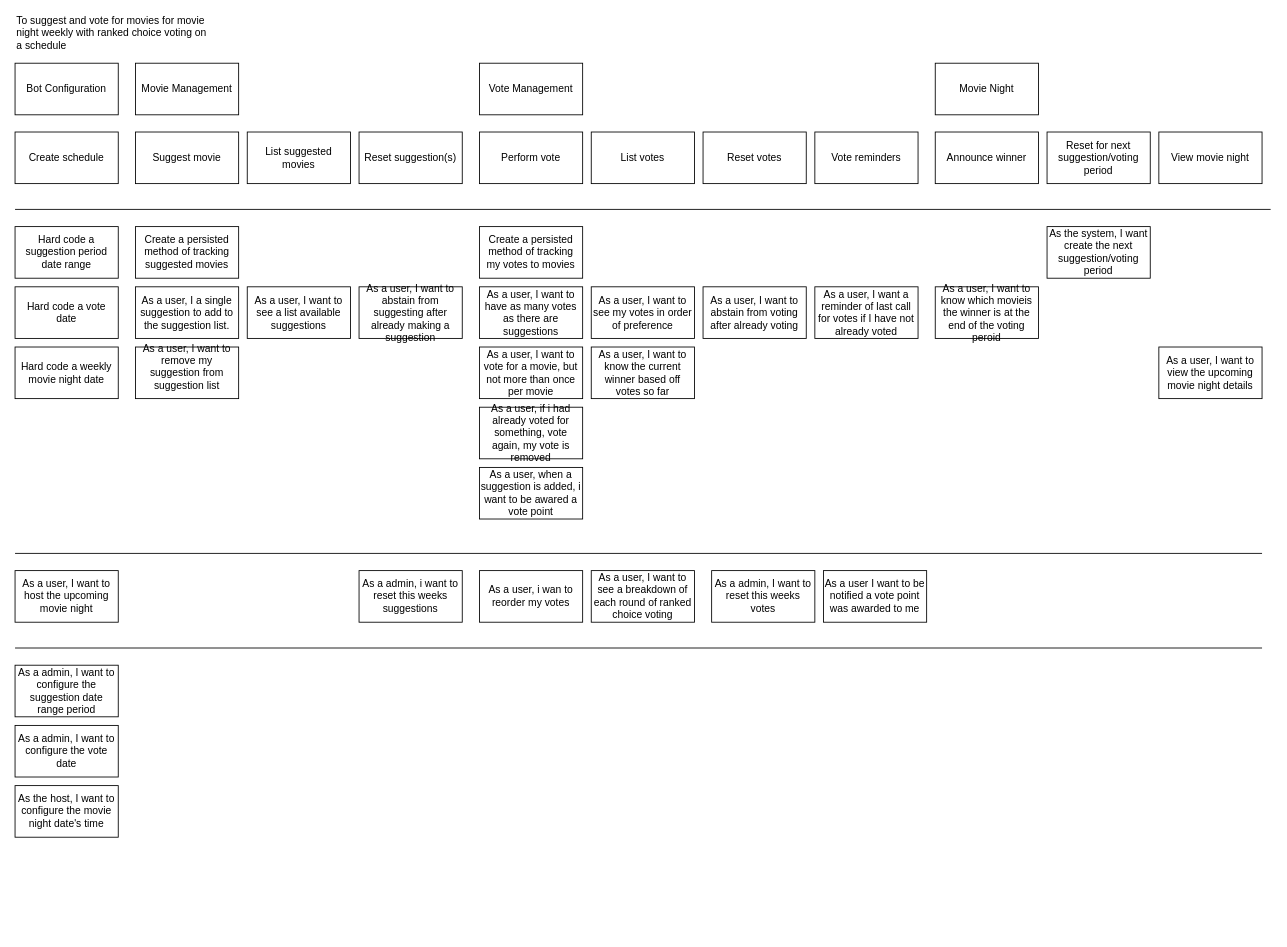
fredlawl/200-colony-movie-night-bot keeps this draw.io diagram as docs/Movie voter discord bot.drawio. Above is the earlier version. Source tidied: cells renumbered, new cells numbered last; positions are measured from the earlier drawing's top-left corner, leaving out a move shared by most shapes. Both pictures are drawn from the tidied source at 86%, with x=0, y=0 at pixel (15, 20).
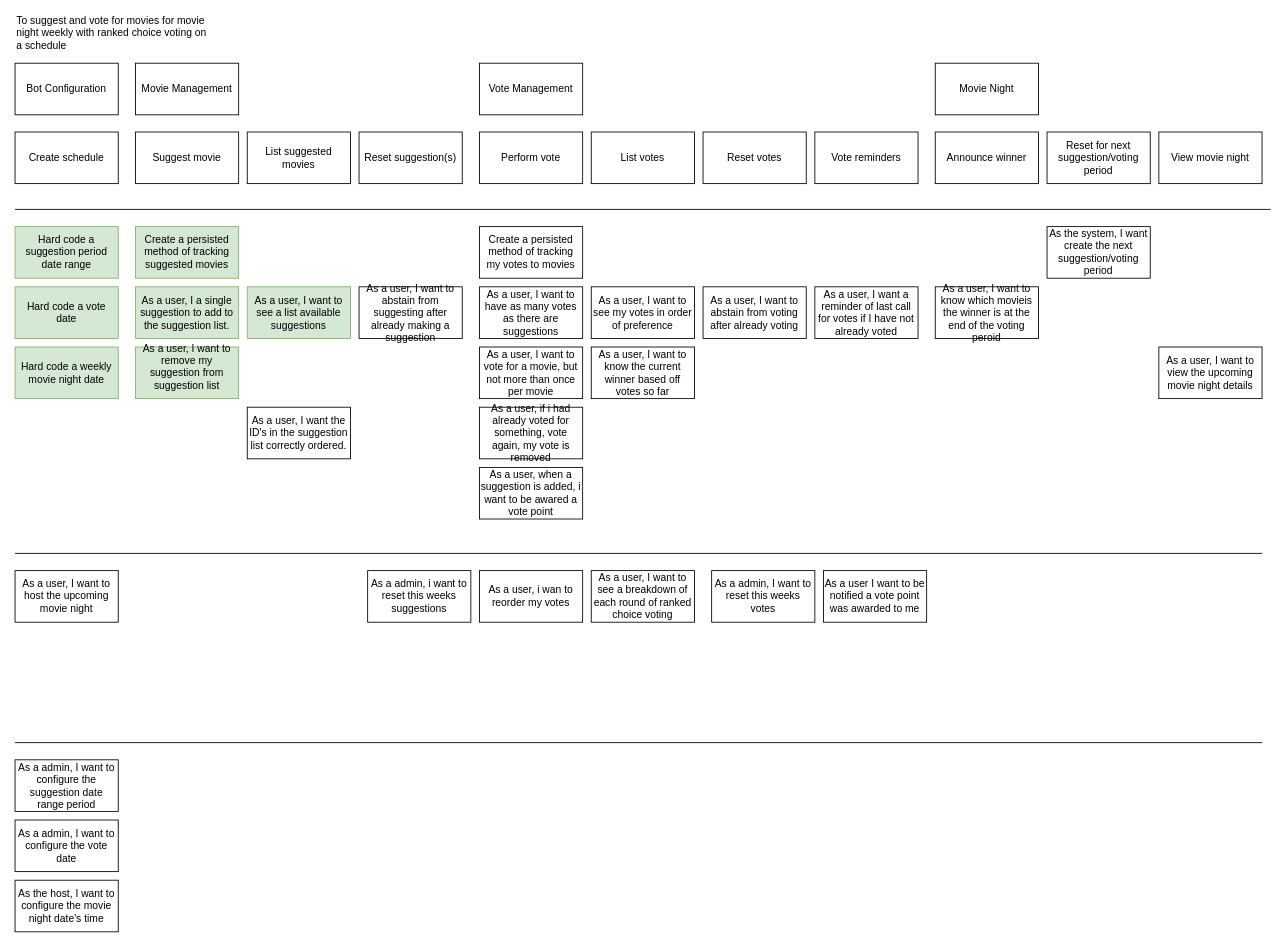
The same diagram, later.

Commit message:
Update story map to reflect completed tasks

Update story map to reflect completed tasks.

Change to the diagram source:
```diff
@@
-    <mxCell id="18" value="Hard code a weekly movie night date" style="whiteSpace=wrap;html=1;" parent="1" vertex="1">
+    <mxCell id="18" value="Hard code a weekly movie night date" style="whiteSpace=wrap;html=1;fillColor=#d5e8d4;strokeColor=#82b366;" parent="1" vertex="1">
       <mxGeometry y="380" width="120" height="60" as="geometry" />
     </mxCell>
-    <mxCell id="19" value="Hard code a suggestion period date range" style="whiteSpace=wrap;html=1;" parent="1" vertex="1">
+    <mxCell id="19" value="Hard code a suggestion period date range" style="whiteSpace=wrap;html=1;fillColor=#d5e8d4;strokeColor=#82b366;" parent="1" vertex="1">
       <mxGeometry y="240" width="120" height="60" as="geometry" />
     </mxCell>
-    <mxCell id="20" value="Hard code a vote date" style="whiteSpace=wrap;html=1;" parent="1" vertex="1">
+    <mxCell id="20" value="Hard code a vote date" style="whiteSpace=wrap;html=1;fillColor=#d5e8d4;strokeColor=#82b366;" parent="1" vertex="1">
       <mxGeometry y="310" width="120" height="60" as="geometry" />
     </mxCell>
-    <mxCell id="21" value="Create a persisted method of tracking suggested movies" style="whiteSpace=wrap;html=1;" parent="1" vertex="1">
+    <mxCell id="21" value="Create a persisted method of tracking suggested movies" style="whiteSpace=wrap;html=1;fillColor=#d5e8d4;strokeColor=#82b366;" parent="1" vertex="1">
       <mxGeometry x="140" y="240" width="120" height="60" as="geometry" />
     </mxCell>
-    <mxCell id="22" value="As a user, I want to see a list available suggestions" style="whiteSpace=wrap;html=1;" parent="1" vertex="1">
+    <mxCell id="22" value="As a user, I want to see a list available suggestions" style="whiteSpace=wrap;html=1;fillColor=#d5e8d4;strokeColor=#82b366;" parent="1" vertex="1">
       <mxGeometry x="270" y="310" width="120" height="60" as="geometry" />
     </mxCell>
-    <mxCell id="23" value="As a user, I a single suggestion to add to the suggestion list." style="whiteSpace=wrap;html=1;" parent="1" vertex="1">
+    <mxCell id="23" value="As a user, I a single suggestion to add to the suggestion list." style="whiteSpace=wrap;html=1;fillColor=#d5e8d4;strokeColor=#82b366;" parent="1" vertex="1">
       <mxGeometry x="140" y="310" width="120" height="60" as="geometry" />
     </mxCell>
-    <mxCell id="24" value="&lt;div&gt;As a user, I want to remove my suggestion from suggestion list&lt;br&gt;&lt;/div&gt;&lt;div&gt;&lt;br&gt;&lt;/div&gt;" style="whiteSpace=wrap;html=1;" parent="1" vertex="1">
+    <mxCell id="24" value="&lt;div&gt;As a user, I want to remove my suggestion from suggestion list&lt;br&gt;&lt;/div&gt;&lt;div&gt;&lt;br&gt;&lt;/div&gt;" style="whiteSpace=wrap;html=1;fillColor=#d5e8d4;strokeColor=#82b366;" parent="1" vertex="1">
       <mxGeometry x="140" y="380" width="120" height="60" as="geometry" />
     </mxCell>
-    <mxCell id="25" value="As a admin, i want to reset this weeks suggestions" style="whiteSpace=wrap;html=1;" parent="1" vertex="1">
-      <mxGeometry x="400" y="640" width="120" height="60" as="geometry" />
+    <mxCell id="25" value="&lt;div&gt;As a user, I want the ID's in the suggestion list correctly ordered.&lt;br&gt;&lt;/div&gt;" style="whiteSpace=wrap;html=1;" parent="1" vertex="1">
+      <mxGeometry x="270" y="450" width="120" height="60" as="geometry" />
     </mxCell>
@@
     <mxCell id="42" style="endArrow=none;html=1;" parent="1" edge="1">
       <mxGeometry relative="1" as="geometry">
-        <mxPoint y="730" as="sourcePoint" />
-        <mxPoint x="1450" y="730" as="targetPoint" />
+        <mxPoint y="840" as="sourcePoint" />
+        <mxPoint x="1450" y="840" as="targetPoint" />
       </mxGeometry>
     </mxCell>
     <mxCell id="43" value="As a admin, I want to configure the suggestion date range period" style="whiteSpace=wrap;html=1;" parent="1" vertex="1">
-      <mxGeometry y="750" width="120" height="60" as="geometry" />
+      <mxGeometry y="860" width="120" height="60" as="geometry" />
     </mxCell>
     <mxCell id="44" value="As a admin, I want to configure the vote date" style="whiteSpace=wrap;html=1;" parent="1" vertex="1">
-      <mxGeometry y="820" width="120" height="60" as="geometry" />
+      <mxGeometry y="930" width="120" height="60" as="geometry" />
     </mxCell>
     <mxCell id="45" value="As the host, I want to configure the movie night date's time" style="whiteSpace=wrap;html=1;" parent="1" vertex="1">
-      <mxGeometry y="890" width="120" height="60" as="geometry" />
+      <mxGeometry y="1000" width="120" height="60" as="geometry" />
     </mxCell>
@@
+    <mxCell id="50" value="As a admin, i want to reset this weeks suggestions" style="whiteSpace=wrap;html=1;" parent="1" vertex="1">
+      <mxGeometry x="410" y="640" width="120" height="60" as="geometry" />
+    </mxCell>
```
